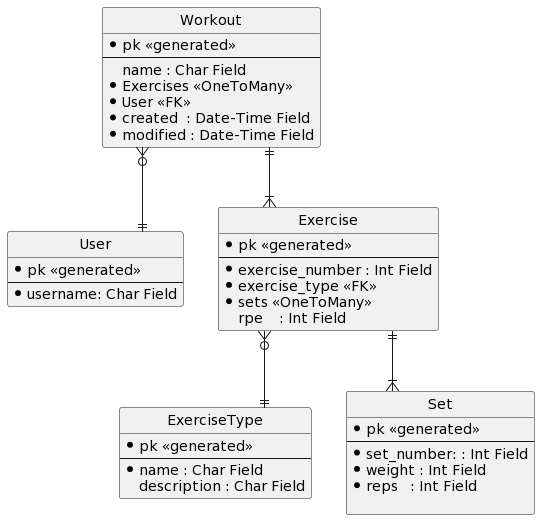
Before: design/er-diagram.png, a diagram exported from PlantUML (Tharindu-h/workout_tracker). Its diagram source:
```plantuml
@startuml
hide circle

skinparam linetype ortho

entity User {
   * pk <<generated>>
   ---
   * username: Char Field
}

entity Workout {
   * pk <<generated>>
   ---
     name : Char Field
   * Exercises <<OneToMany>>
   * User <<FK>>
   * created  : Date-Time Field
   * modified : Date-Time Field
}

entity Exercise {
   * pk <<generated>>
   ---
   * exercise_number : Int Field
   * exercise_type <<FK>>
   * sets <<OneToMany>>
     rpe    : Int Field
}

entity ExerciseType {
   * pk <<generated>>
   ---
   * name : Char Field
     description : Char Field
}

entity Set {
   * pk <<generated>>
   ---
   * set_number: : Int Field
   * weight : Int Field
   * reps   : Int Field

}

Workout }o--|| User
Workout ||--|{ Exercise
Exercise }o--|| ExerciseType
Exercise ||--|{ Set
@enduml
```
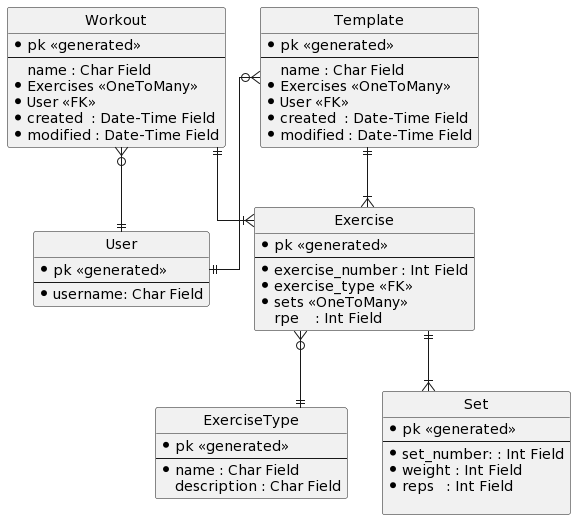
The same file after the commit.

Commit message:
Add Templates to ER-diagram

Change to the diagram source:
```diff
@@ -44,8 +44,20 @@
 
 }
 
+entity Template {
+   * pk <<generated>>
+   ---
+     name : Char Field
+   * Exercises <<OneToMany>>
+   * User <<FK>>
+   * created  : Date-Time Field
+   * modified : Date-Time Field
+}
+
 Workout }o--|| User
 Workout ||--|{ Exercise
 Exercise }o--|| ExerciseType
 Exercise ||--|{ Set
+Template }o--|| User
+Template ||--|{ Exercise
 @enduml
```
